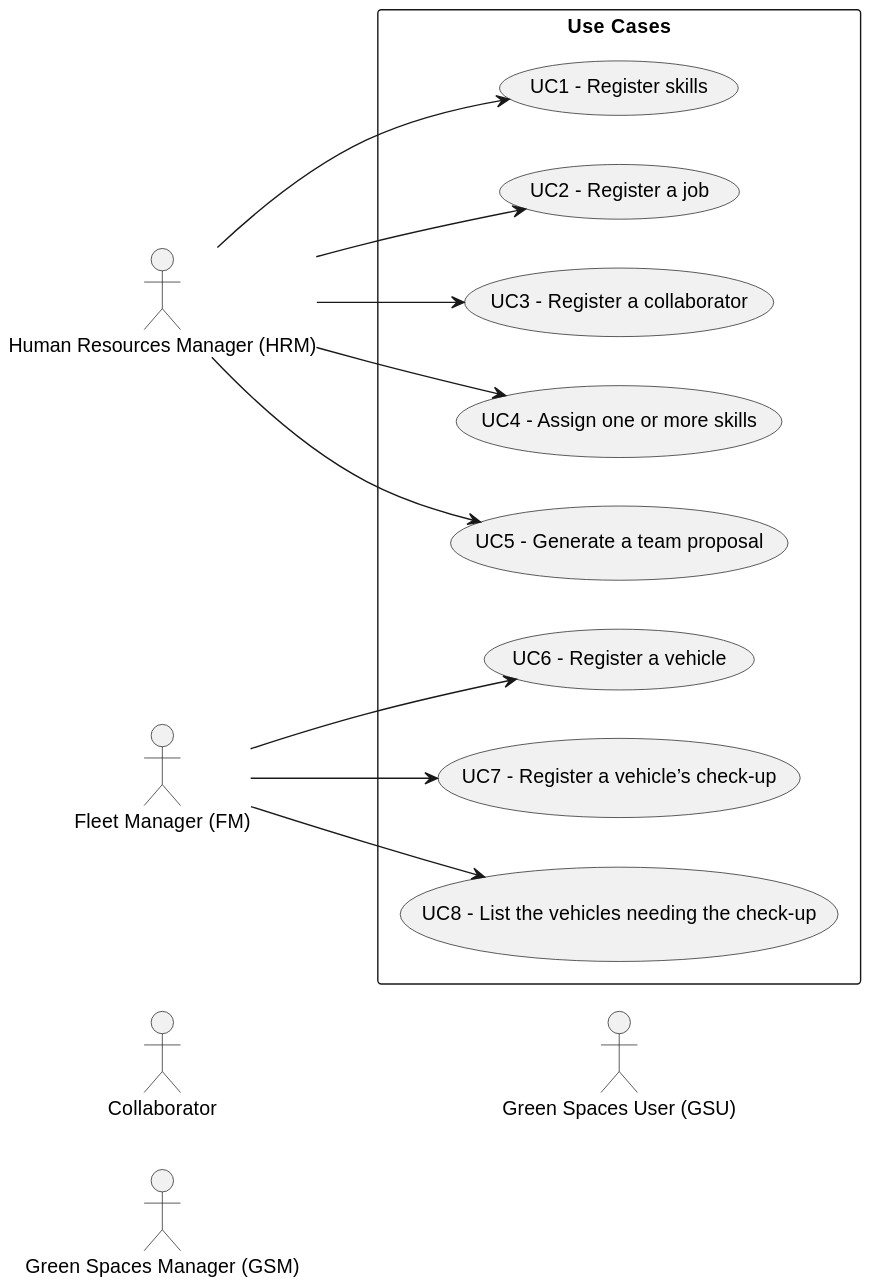
Before: docs/sprintA/global-artifacts/01.requirements-engineering/svg/use-case-diagram.svg, a diagram exported from PlantUML (RicardoMorim/lapr2-ISEP-Project).
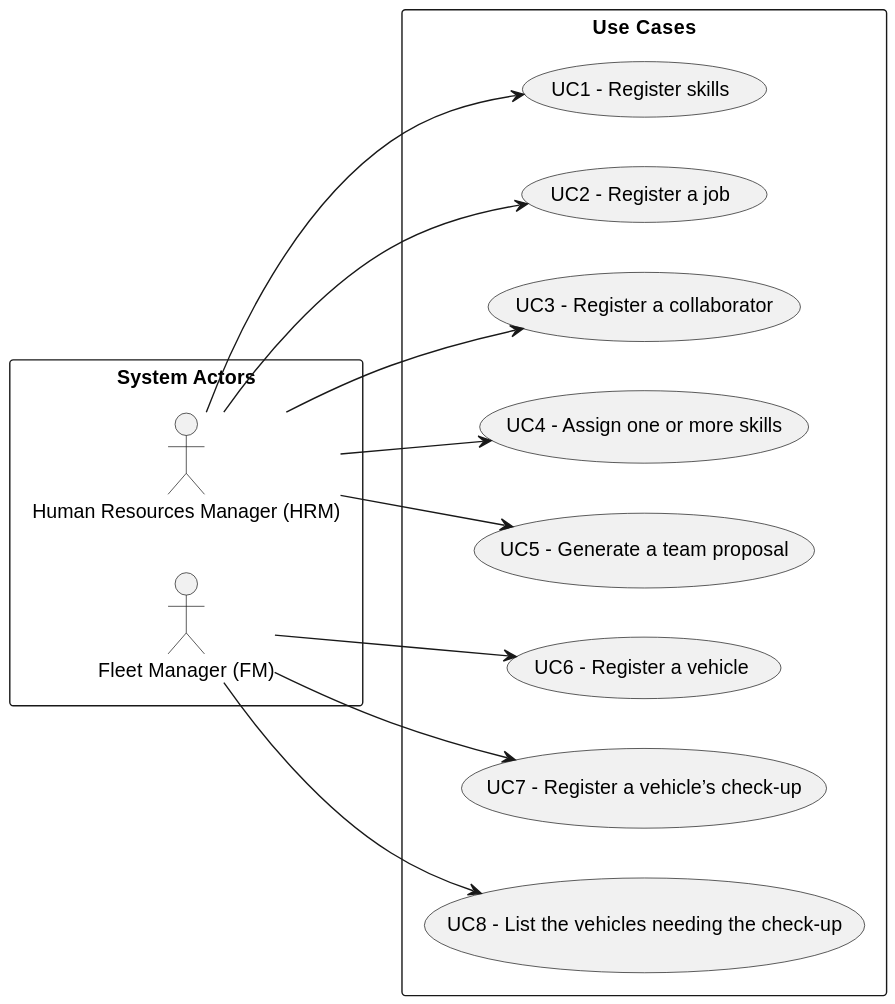
Later version of the same file.

Commit message:
Updated the use case diagram of global artifacts

Diff of the diagram source:
```diff
@@ -1,13 +1,11 @@
 @startuml
 skinparam packageStyle rectangle
 left to right direction
-
-    actor Collaborator
+rectangle "System Actors" as actors{
     actor "Human Resources Manager (HRM)" as HRM
     actor "Fleet Manager (FM)" as FM
-    actor "Green Spaces Manager (GSM)" as GSM
-    actor "Green Spaces User (GSU)" as GSU
 
+}
 rectangle "Use Cases" as usecases{
     usecase "UC1 - Register skills" as UC1
     usecase "UC2 - Register a job" as UC2
```
